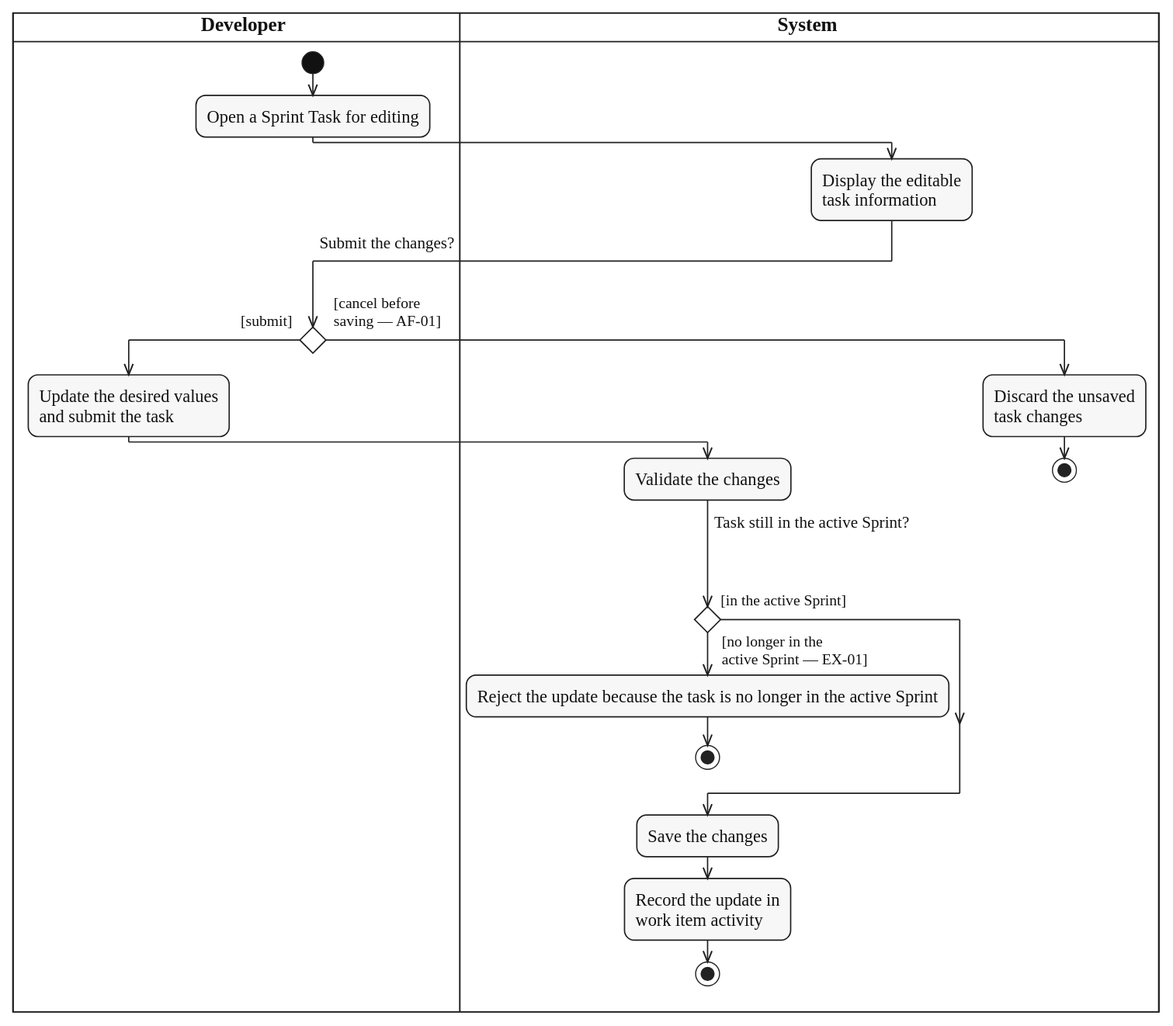
lukenab/swd392-doc-automation keeps this PlantUML diagram as diagrams/activity/sprint-work/svg/UC-SPRINT-TASK-UPDATE.svg. Above is the earlier version. Its source is kept beside it as diagrams/activity/sprint-work/source/UC-SPRINT-TASK-UPDATE.puml.
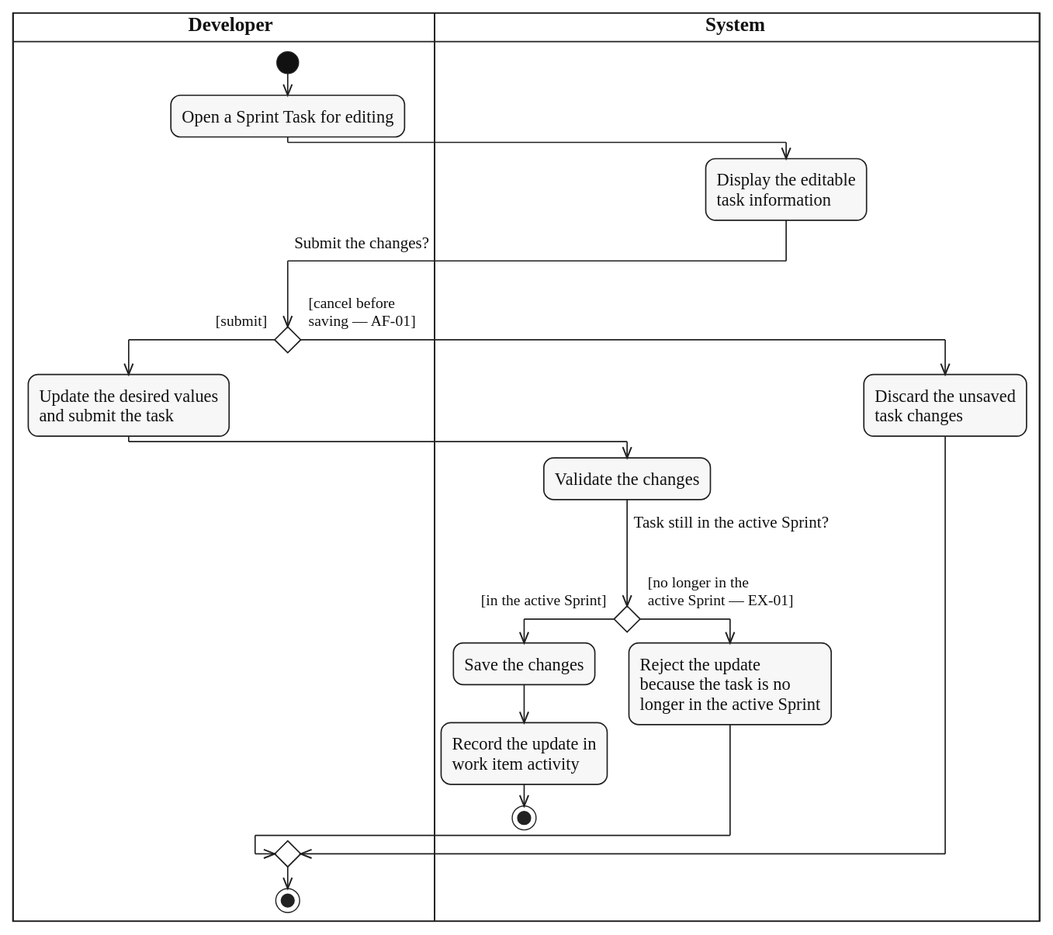
After the change.

What changed in the source:
```diff
@@ -16,18 +16,20 @@
   |SYS|
   :Validate the changes;
   if ($question_x("Task still in the active Sprint?")) then ($guard_left("[in the active Sprint]"))
+    :Save the changes;
+    :Record the update in
+    work item activity;
+    stop
   else ($guard_right("[no longer in the", "active Sprint — EX-01]"))
-    :Reject the update because the task is no longer in the active Sprint;
-    stop
+    :Reject the update
+    because the task is no
+    longer in the active Sprint;
   endif
-  :Save the changes;
-  :Record the update in
-  work item activity;
-  stop
 else ($guard_right("[cancel before", "saving — AF-01]"))
   |SYS|
   :Discard the unsaved
   task changes;
-  stop
 endif
+|DEV|
+stop
 @enduml
```
